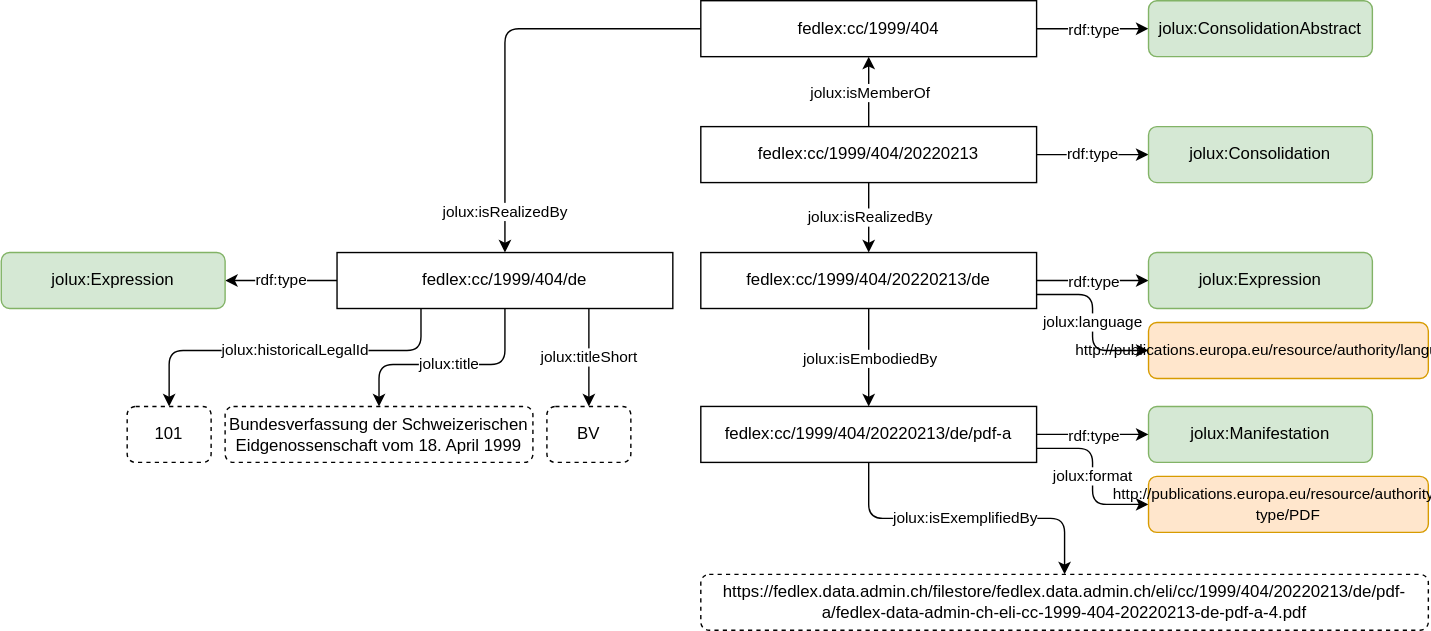
bequrios/fedlex keeps this draw.io diagram as content/img/manifestation.svg. Above is the earlier version. Source tidied: cells renumbered, new cells last; positions are measured from the earlier drawing's top-left corner, leaving out a move shared by most shapes. The source it was exported from:
```xml
<mxGraphModel>
  <root>
    <mxCell id="0" />
    <mxCell id="1" parent="0" />
    <mxCell id="2" style="edgeStyle=orthogonalEdgeStyle;html=1;exitX=1;exitY=0.5;exitDx=0;exitDy=0;entryX=0;entryY=0.5;entryDx=0;entryDy=0;" parent="1" edge="1" source="6" target="7">
      <mxGeometry relative="1" as="geometry" />
    </mxCell>
    <mxCell id="3" value="&lt;div&gt;rdf:type&lt;/div&gt;" style="edgeLabel;html=1;align=center;verticalAlign=middle;" parent="2" vertex="1">
      <mxGeometry relative="1" as="geometry" />
    </mxCell>
    <mxCell id="4" style="edgeStyle=orthogonalEdgeStyle;html=1;exitX=0;exitY=0.5;exitDx=0;exitDy=0;entryX=0.5;entryY=0;entryDx=0;entryDy=0;" parent="1" edge="1" source="6" target="32">
      <mxGeometry relative="1" as="geometry" />
    </mxCell>
    <mxCell id="5" value="jolux:isRealizedBy" style="edgeLabel;html=1;align=center;verticalAlign=middle;" parent="4" vertex="1">
      <mxGeometry x="-0.18" y="1" relative="1" as="geometry">
        <mxPoint x="-17" y="129" as="offset" />
      </mxGeometry>
    </mxCell>
    <mxCell id="6" value="fedlex:cc/1999/404" style="rounded=0;whiteSpace=wrap;html=1;" parent="1" vertex="1">
      <mxGeometry x="500" width="240" height="40" as="geometry" />
    </mxCell>
    <mxCell id="7" value="jolux:ConsolidationAbstract" style="rounded=1;whiteSpace=wrap;html=1;fillColor=#d5e8d4;strokeColor=#82b366;" parent="1" vertex="1">
      <mxGeometry x="820" width="160" height="40" as="geometry" />
    </mxCell>
    <mxCell id="8" style="edgeStyle=orthogonalEdgeStyle;html=1;exitX=0.5;exitY=0;exitDx=0;exitDy=0;rounded=0;entryX=0.5;entryY=1;entryDx=0;entryDy=0;" parent="1" edge="1" source="11" target="6">
      <mxGeometry relative="1" as="geometry" />
    </mxCell>
    <mxCell id="9" value="jolux:isMemberOf" style="edgeLabel;html=1;align=center;verticalAlign=middle;" parent="8" vertex="1">
      <mxGeometry relative="1" as="geometry" />
    </mxCell>
    <mxCell id="10" value="rdf:type" style="edgeStyle=orthogonalEdgeStyle;rounded=0;html=1;exitX=1;exitY=0.5;exitDx=0;exitDy=0;entryX=0;entryY=0.5;entryDx=0;entryDy=0;" parent="1" edge="1" source="11" target="12">
      <mxGeometry relative="1" as="geometry" />
    </mxCell>
    <mxCell id="11" value="fedlex:cc/1999/404/20220213" style="rounded=0;whiteSpace=wrap;html=1;" parent="1" vertex="1">
      <mxGeometry x="500" y="90" width="240" height="40" as="geometry" />
    </mxCell>
    <mxCell id="12" value="jolux:Consolidation" style="rounded=1;whiteSpace=wrap;html=1;fillColor=#d5e8d4;strokeColor=#82b366;" parent="1" vertex="1">
      <mxGeometry x="820" y="90" width="160" height="40" as="geometry" />
    </mxCell>
    <mxCell id="13" style="edgeStyle=none;html=1;exitX=1;exitY=0.5;exitDx=0;exitDy=0;entryX=0;entryY=0.5;entryDx=0;entryDy=0;" parent="1" edge="1" source="18" target="19">
      <mxGeometry relative="1" as="geometry" />
    </mxCell>
    <mxCell id="14" value="rdf:type" style="edgeLabel;html=1;align=center;verticalAlign=middle;" parent="13" vertex="1">
      <mxGeometry relative="1" as="geometry" />
    </mxCell>
    <mxCell id="15" style="edgeStyle=none;html=1;exitX=0.5;exitY=1;exitDx=0;exitDy=0;entryX=0.5;entryY=0;entryDx=0;entryDy=0;" parent="1" edge="1" source="11" target="18">
      <mxGeometry relative="1" as="geometry" />
    </mxCell>
    <mxCell id="16" value="jolux:isRealizedBy" style="edgeLabel;html=1;align=center;verticalAlign=middle;" parent="15" vertex="1">
      <mxGeometry relative="1" as="geometry" />
    </mxCell>
    <mxCell id="17" value="jolux:language" style="edgeStyle=orthogonalEdgeStyle;html=1;exitX=1;exitY=0.75;exitDx=0;exitDy=0;entryX=0;entryY=0.5;entryDx=0;entryDy=0;" parent="1" edge="1" source="18" target="30">
      <mxGeometry relative="1" as="geometry" />
    </mxCell>
    <mxCell id="18" value="fedlex:cc/1999/404/20220213/de" style="rounded=0;whiteSpace=wrap;html=1;" parent="1" vertex="1">
      <mxGeometry x="500" y="180" width="240" height="40" as="geometry" />
    </mxCell>
    <mxCell id="19" value="jolux:Expression" style="rounded=1;whiteSpace=wrap;html=1;fillColor=#d5e8d4;strokeColor=#82b366;" parent="1" vertex="1">
      <mxGeometry x="820" y="180" width="160" height="40" as="geometry" />
    </mxCell>
    <mxCell id="20" value="jolux:isExemplifiedBy" style="edgeStyle=orthogonalEdgeStyle;html=1;exitX=0.5;exitY=1;exitDx=0;exitDy=0;entryX=0.5;entryY=0;entryDx=0;entryDy=0;spacingLeft=0;spacingRight=0;labelBorderColor=none;spacing=2;" parent="1" edge="1" source="22" target="28">
      <mxGeometry relative="1" as="geometry" />
    </mxCell>
    <mxCell id="21" value="jolux:format" style="edgeStyle=orthogonalEdgeStyle;html=1;entryX=0;entryY=0.5;entryDx=0;entryDy=0;fontSize=11;" parent="1" edge="1" target="29">
      <mxGeometry relative="1" as="geometry">
        <mxPoint x="740" y="320" as="sourcePoint" />
      </mxGeometry>
    </mxCell>
    <mxCell id="22" value="fedlex:cc/1999/404/20220213/de/pdf-a" style="rounded=0;whiteSpace=wrap;html=1;" parent="1" vertex="1">
      <mxGeometry x="500" y="290" width="240" height="40" as="geometry" />
    </mxCell>
    <mxCell id="23" value="jolux:Manifestation" style="rounded=1;whiteSpace=wrap;html=1;fillColor=#d5e8d4;strokeColor=#82b366;" parent="1" vertex="1">
      <mxGeometry x="820" y="290" width="160" height="40" as="geometry" />
    </mxCell>
    <mxCell id="24" style="edgeStyle=none;html=1;exitX=0.5;exitY=1;exitDx=0;exitDy=0;entryX=0.5;entryY=0;entryDx=0;entryDy=0;" parent="1" edge="1" source="18" target="22">
      <mxGeometry relative="1" as="geometry" />
    </mxCell>
    <mxCell id="25" value="jolux:isEmbodiedBy" style="edgeLabel;html=1;align=center;verticalAlign=middle;" parent="24" vertex="1">
      <mxGeometry relative="1" as="geometry" />
    </mxCell>
    <mxCell id="26" style="edgeStyle=none;html=1;exitX=1;exitY=0.5;exitDx=0;exitDy=0;entryX=0;entryY=0.5;entryDx=0;entryDy=0;" parent="1" edge="1" source="22" target="23">
      <mxGeometry relative="1" as="geometry" />
    </mxCell>
    <mxCell id="27" value="rdf:type" style="edgeLabel;html=1;align=center;verticalAlign=middle;" parent="26" vertex="1">
      <mxGeometry relative="1" as="geometry" />
    </mxCell>
    <mxCell id="28" value="&lt;span style=&quot;&quot;&gt;https://fedlex.data.admin.ch/filestore/fedlex.data.admin.ch/eli/cc/1999/404/20220213/de/pdf-a/fedlex-data-admin-ch-eli-cc-1999-404-20220213-de-pdf-a-4.pdf&lt;br&gt; &lt;/span&gt;" style="rounded=1;whiteSpace=wrap;html=1;dashed=1;" parent="1" vertex="1">
      <mxGeometry x="500" y="410" width="520" height="40" as="geometry" />
    </mxCell>
    <mxCell id="29" value="&lt;font style=&quot;font-size: 10px;&quot;&gt;&lt;span style=&quot;&quot;&gt;&lt;font style=&quot;font-size: 10px;&quot;&gt;&lt;font style=&quot;font-size: 11px;&quot;&gt;http://publications.europa.eu/resource/authority/file-type/PDF &lt;/font&gt;&lt;/font&gt;&lt;/span&gt;&lt;/font&gt;" style="rounded=1;whiteSpace=wrap;html=1;fillColor=#ffe6cc;strokeColor=#d79b00;fontColor=#000000;" parent="1" vertex="1">
      <mxGeometry x="820" y="340" width="200" height="40" as="geometry" />
    </mxCell>
    <mxCell id="30" value="&lt;font style=&quot;font-size: 12px;&quot;&gt;&lt;font style=&quot;font-size: 11px;&quot;&gt;http://publications.europa.eu/resource/authority/language/DEU&lt;/font&gt;&lt;/font&gt;" style="rounded=1;whiteSpace=wrap;html=1;fillColor=#ffe6cc;strokeColor=#d79b00;fontColor=#000000;" parent="1" vertex="1">
      <mxGeometry x="820" y="230" width="200" height="40" as="geometry" />
    </mxCell>
    <mxCell id="31" value="rdf:type" style="edgeStyle=orthogonalEdgeStyle;html=1;exitX=0;exitY=0.5;exitDx=0;exitDy=0;entryX=1;entryY=0.5;entryDx=0;entryDy=0;labelBorderColor=none;" parent="1" edge="1" source="32" target="33">
      <mxGeometry relative="1" as="geometry" />
    </mxCell>
    <mxCell id="32" value="fedlex:cc/1999/404/de" style="rounded=0;whiteSpace=wrap;html=1;" parent="1" vertex="1">
      <mxGeometry x="240" y="180" width="240" height="40" as="geometry" />
    </mxCell>
    <mxCell id="33" value="jolux:Expression" style="rounded=1;whiteSpace=wrap;html=1;fillColor=#d5e8d4;strokeColor=#82b366;" parent="1" vertex="1">
      <mxGeometry y="180" width="160" height="40" as="geometry" />
    </mxCell>
    <mxCell id="34" value="jolux:title" style="edgeStyle=orthogonalEdgeStyle;html=1;entryX=0.5;entryY=0;entryDx=0;entryDy=0;exitX=0.5;exitY=1;exitDx=0;exitDy=0;" parent="1" edge="1" source="32" target="37">
      <mxGeometry relative="1" as="geometry">
        <Array as="points">
          <mxPoint x="360" y="260" />
          <mxPoint x="270" y="260" />
        </Array>
      </mxGeometry>
    </mxCell>
    <mxCell id="35" value="jolux:titleShort" style="edgeStyle=orthogonalEdgeStyle;html=1;entryX=0.5;entryY=0;entryDx=0;entryDy=0;exitX=0.75;exitY=1;exitDx=0;exitDy=0;" parent="1" edge="1" source="32" target="38">
      <mxGeometry relative="1" as="geometry" />
    </mxCell>
    <mxCell id="36" value="jolux:historicalLegalId" style="edgeStyle=orthogonalEdgeStyle;html=1;entryX=0.5;entryY=0;entryDx=0;entryDy=0;exitX=0.25;exitY=1;exitDx=0;exitDy=0;" parent="1" edge="1" source="32" target="39">
      <mxGeometry x="-0.04" relative="1" as="geometry">
        <Array as="points">
          <mxPoint x="300" y="250" />
          <mxPoint x="120" y="250" />
        </Array>
      </mxGeometry>
    </mxCell>
    <mxCell id="37" value="Bundesverfassung der Schweizerischen Eidgenossenschaft vom 18. April 1999" style="rounded=1;whiteSpace=wrap;html=1;dashed=1;" parent="1" vertex="1">
      <mxGeometry x="160" y="290" width="220" height="40" as="geometry" />
    </mxCell>
    <mxCell id="38" value="BV" style="rounded=1;whiteSpace=wrap;html=1;dashed=1;" parent="1" vertex="1">
      <mxGeometry x="390" y="290" width="60" height="40" as="geometry" />
    </mxCell>
    <mxCell id="39" value="101" style="rounded=1;whiteSpace=wrap;html=1;dashed=1;" parent="1" vertex="1">
      <mxGeometry x="90" y="290" width="60" height="40" as="geometry" />
    </mxCell>
  </root>
</mxGraphModel>
```
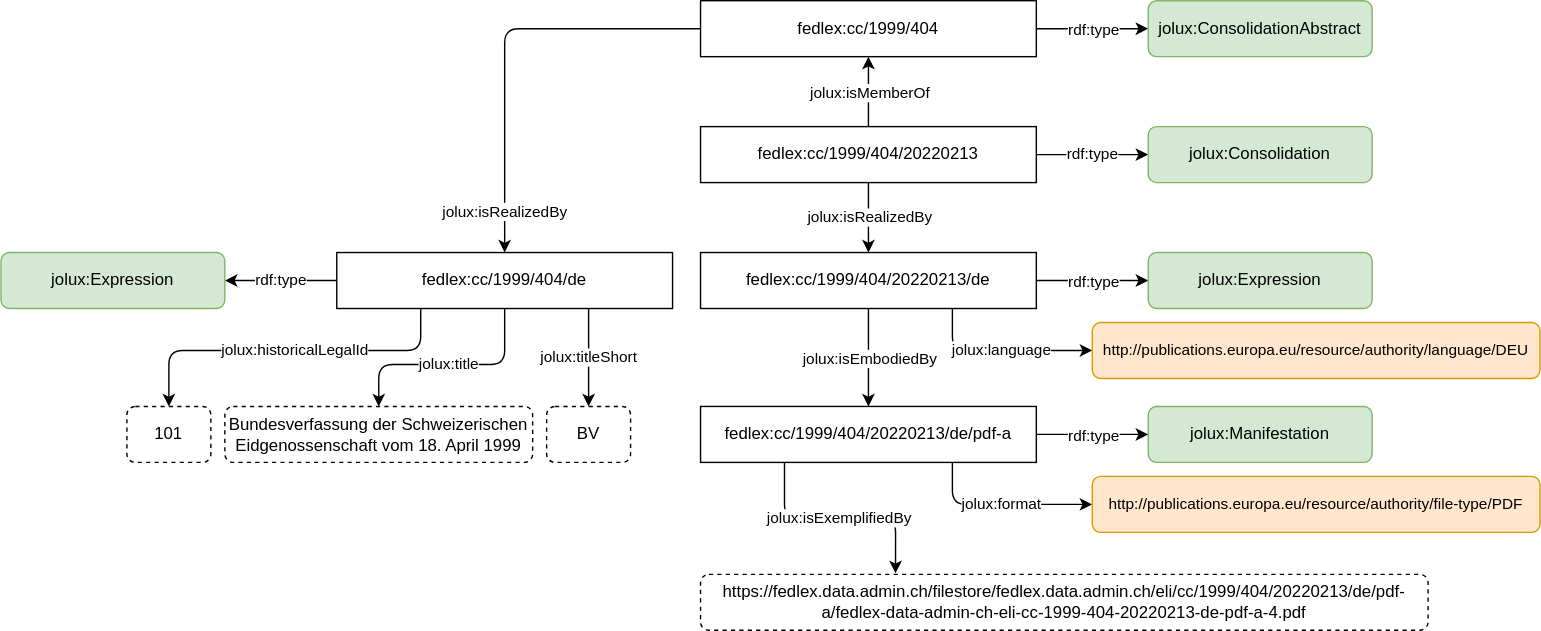
Later version of the same file.

What changed in the source:
```diff
@@ -49,7 +49,7 @@
     <mxCell id="16" value="jolux:isRealizedBy" style="edgeLabel;html=1;align=center;verticalAlign=middle;" parent="15" vertex="1">
       <mxGeometry relative="1" as="geometry" />
     </mxCell>
-    <mxCell id="17" value="jolux:language" style="edgeStyle=orthogonalEdgeStyle;html=1;exitX=1;exitY=0.75;exitDx=0;exitDy=0;entryX=0;entryY=0.5;entryDx=0;entryDy=0;" parent="1" edge="1" source="18" target="30">
+    <mxCell id="17" value="jolux:language" style="edgeStyle=orthogonalEdgeStyle;html=1;exitX=0.75;exitY=1;exitDx=0;exitDy=0;entryX=0;entryY=0.5;entryDx=0;entryDy=0;" parent="1" edge="1" source="18" target="30">
       <mxGeometry relative="1" as="geometry" />
     </mxCell>
     <mxCell id="18" value="fedlex:cc/1999/404/20220213/de" style="rounded=0;whiteSpace=wrap;html=1;" parent="1" vertex="1">
@@ -58,13 +58,11 @@
     <mxCell id="19" value="jolux:Expression" style="rounded=1;whiteSpace=wrap;html=1;fillColor=#d5e8d4;strokeColor=#82b366;" parent="1" vertex="1">
       <mxGeometry x="820" y="180" width="160" height="40" as="geometry" />
     </mxCell>
-    <mxCell id="20" value="jolux:isExemplifiedBy" style="edgeStyle=orthogonalEdgeStyle;html=1;exitX=0.5;exitY=1;exitDx=0;exitDy=0;entryX=0.5;entryY=0;entryDx=0;entryDy=0;spacingLeft=0;spacingRight=0;labelBorderColor=none;spacing=2;" parent="1" edge="1" source="22" target="28">
+    <mxCell id="20" value="jolux:isExemplifiedBy" style="edgeStyle=orthogonalEdgeStyle;html=1;exitX=0.25;exitY=1;exitDx=0;exitDy=0;entryX=0.268;entryY=-0.018;entryDx=0;entryDy=0;spacingLeft=0;spacingRight=0;labelBorderColor=none;spacing=2;entryPerimeter=0;" parent="1" edge="1" source="22" target="28">
       <mxGeometry relative="1" as="geometry" />
     </mxCell>
-    <mxCell id="21" value="jolux:format" style="edgeStyle=orthogonalEdgeStyle;html=1;entryX=0;entryY=0.5;entryDx=0;entryDy=0;fontSize=11;" parent="1" edge="1" target="29">
-      <mxGeometry relative="1" as="geometry">
-        <mxPoint x="740" y="320" as="sourcePoint" />
-      </mxGeometry>
+    <mxCell id="21" value="jolux:format" style="edgeStyle=orthogonalEdgeStyle;html=1;entryX=0;entryY=0.5;entryDx=0;entryDy=0;fontSize=11;exitX=0.75;exitY=1;exitDx=0;exitDy=0;" parent="1" edge="1" source="22" target="29">
+      <mxGeometry relative="1" as="geometry" />
     </mxCell>
     <mxCell id="22" value="fedlex:cc/1999/404/20220213/de/pdf-a" style="rounded=0;whiteSpace=wrap;html=1;" parent="1" vertex="1">
       <mxGeometry x="500" y="290" width="240" height="40" as="geometry" />
@@ -88,10 +86,10 @@
       <mxGeometry x="500" y="410" width="520" height="40" as="geometry" />
     </mxCell>
     <mxCell id="29" value="&lt;font style=&quot;font-size: 10px;&quot;&gt;&lt;span style=&quot;&quot;&gt;&lt;font style=&quot;font-size: 10px;&quot;&gt;&lt;font style=&quot;font-size: 11px;&quot;&gt;http://publications.europa.eu/resource/authority/file-type/PDF &lt;/font&gt;&lt;/font&gt;&lt;/span&gt;&lt;/font&gt;" style="rounded=1;whiteSpace=wrap;html=1;fillColor=#ffe6cc;strokeColor=#d79b00;fontColor=#000000;" parent="1" vertex="1">
-      <mxGeometry x="820" y="340" width="200" height="40" as="geometry" />
+      <mxGeometry x="780" y="340" width="320" height="40" as="geometry" />
     </mxCell>
     <mxCell id="30" value="&lt;font style=&quot;font-size: 12px;&quot;&gt;&lt;font style=&quot;font-size: 11px;&quot;&gt;http://publications.europa.eu/resource/authority/language/DEU&lt;/font&gt;&lt;/font&gt;" style="rounded=1;whiteSpace=wrap;html=1;fillColor=#ffe6cc;strokeColor=#d79b00;fontColor=#000000;" parent="1" vertex="1">
-      <mxGeometry x="820" y="230" width="200" height="40" as="geometry" />
+      <mxGeometry x="780" y="230" width="320" height="40" as="geometry" />
     </mxCell>
     <mxCell id="31" value="rdf:type" style="edgeStyle=orthogonalEdgeStyle;html=1;exitX=0;exitY=0.5;exitDx=0;exitDy=0;entryX=1;entryY=0.5;entryDx=0;entryDy=0;labelBorderColor=none;" parent="1" edge="1" source="32" target="33">
       <mxGeometry relative="1" as="geometry" />
```
